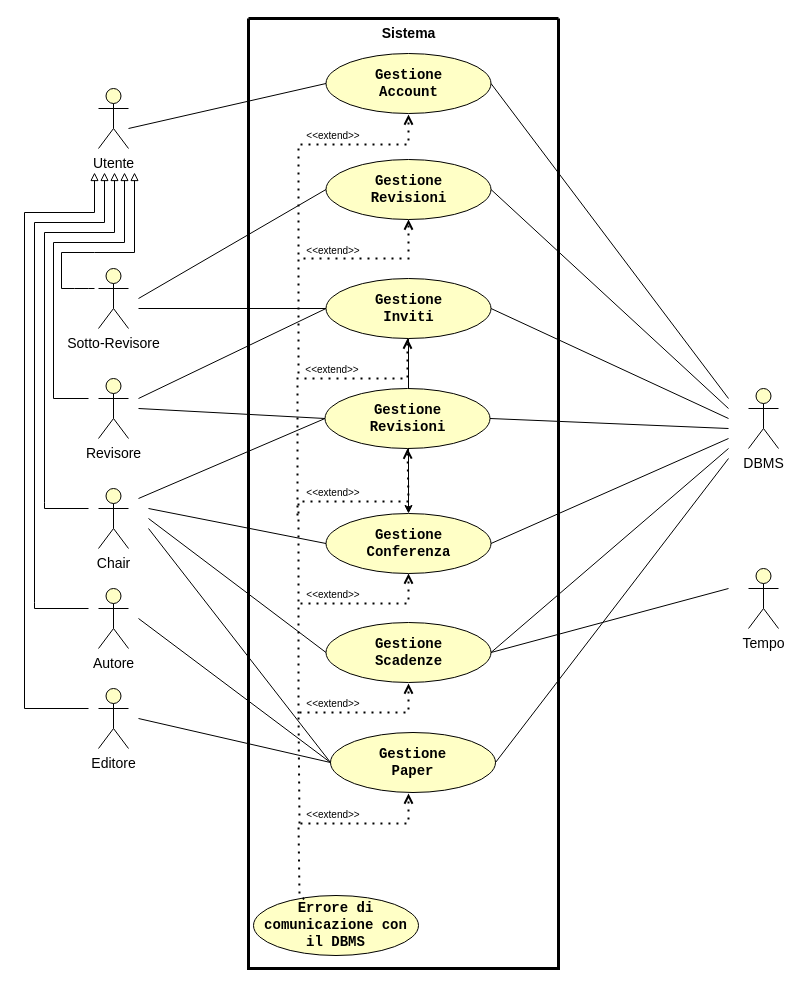
Earlier version of the draw.io diagram RAD/raw/VistaInsieme.drawio (Gabro29/IngegneriaSoftware). Source tidied: cells renumbered, new cells numbered last; positions are measured from the earlier drawing's top-left corner, leaving out a move shared by most shapes. Both pictures are drawn from the tidied source at 100%, with x=0, y=0 at pixel (24, 18).
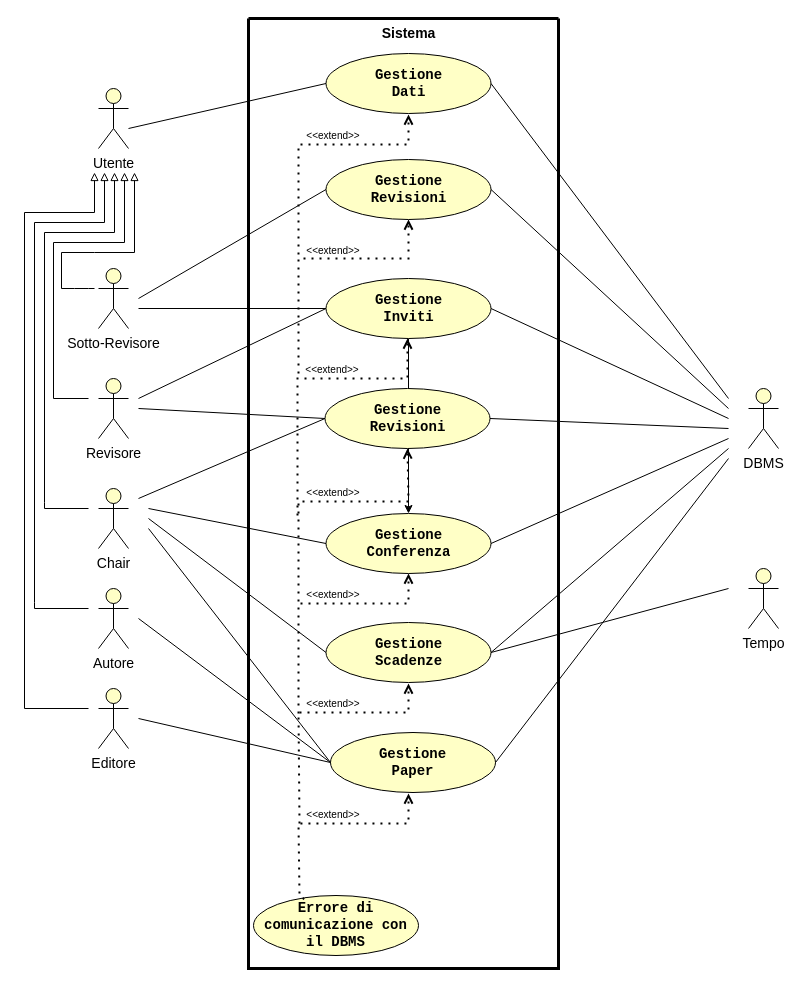
The same page after the edit.

The change refers to these unchanged cells:
```xml
<mxCell id="2" style="swimlane;startSize=0;swimlaneFillColor=none;strokeWidth=3;strokeColor=light-dark(#000000,#000000);labelBackgroundColor=none;fontColor=light-dark(#000000,#000000);fillColor=default;" parent="1" vertex="1">
  <mxGeometry x="224" width="310" height="950" as="geometry" />
</mxCell>
```

What changed in the source:
```diff
@@
-    <mxCell id="3" value="&lt;font style=&quot;color: light-dark(rgb(0, 0, 0), rgb(0, 0, 0)); font-size: 14px;&quot; face=&quot;Courier New&quot;&gt;&lt;b&gt;Gestione&lt;/b&gt;&lt;/font&gt;&lt;div&gt;&lt;font style=&quot;color: light-dark(rgb(0, 0, 0), rgb(0, 0, 0)); font-size: 14px;&quot; face=&quot;Courier New&quot;&gt;&lt;b&gt;Account&lt;/b&gt;&lt;/font&gt;&lt;/div&gt;" style="ellipse;whiteSpace=wrap;html=1;fillColor=light-dark(#FFFFC6,#FDF89C);strokeColor=light-dark(#000000,#000000);gradientColor=none;" parent="2" vertex="1">
+    <mxCell id="3" value="&lt;font style=&quot;color: light-dark(rgb(0, 0, 0), rgb(0, 0, 0)); font-size: 14px;&quot; face=&quot;Courier New&quot;&gt;&lt;b&gt;Gestione&lt;/b&gt;&lt;/font&gt;&lt;div&gt;&lt;font style=&quot;color: light-dark(rgb(0, 0, 0), rgb(0, 0, 0)); font-size: 14px;&quot; face=&quot;Courier New&quot;&gt;&lt;b&gt;Dati&lt;/b&gt;&lt;/font&gt;&lt;/div&gt;" style="ellipse;whiteSpace=wrap;html=1;fillColor=light-dark(#FFFFC6,#FDF89C);strokeColor=light-dark(#000000,#000000);gradientColor=none;" parent="2" vertex="1">
       <mxGeometry x="77.5" y="35" width="165" height="60" as="geometry" />
     </mxCell>
```
